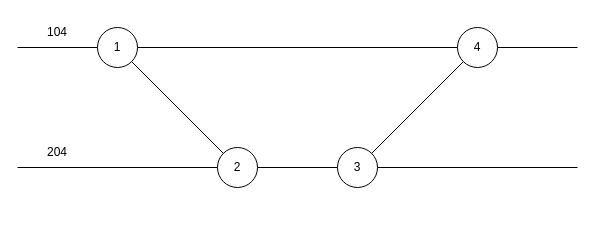
Above: DachsburgGraphSimple.drawio in pascalreiss/draw_io_stuff (draw.io), before the change. Source tidied: cells renumbered, new cells numbered last; positions are measured from the earlier drawing's top-left corner, leaving out a move shared by most shapes. Both pictures are drawn from the tidied source at 100%, with x=0, y=0 at pixel (17, 17).
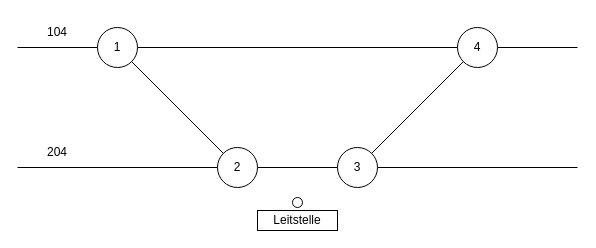
Above is the later version.

What changed in the source:
```diff
@@
+    <mxCell id="16" style="ellipse;whiteSpace=wrap;html=1;" parent="1" vertex="1">
+      <mxGeometry x="275" y="180" width="10" height="10" as="geometry" />
+    </mxCell>
+    <mxCell id="17" value="Leitstelle" style="rounded=0;whiteSpace=wrap;html=1;" parent="1" vertex="1">
+      <mxGeometry x="240" y="193" width="80" height="20" as="geometry" />
+    </mxCell>
```
